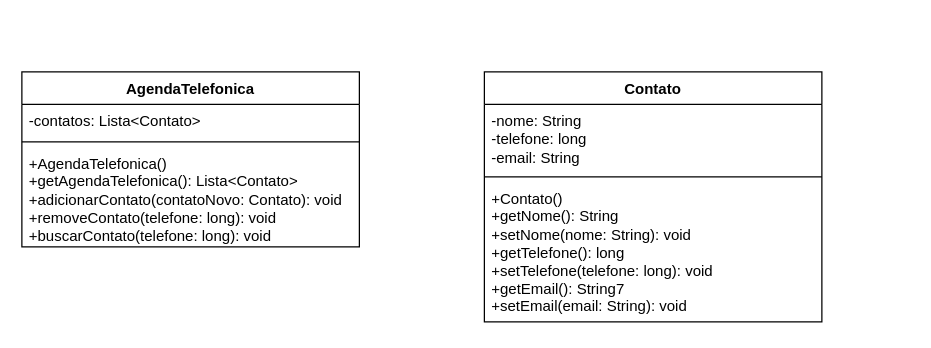
Pedrh/POO keeps this draw.io diagram as Aula2(Relacionamentos)/Exercicio3_AgendaTelefonica/Exercicio3_AgendaTelefonica.drawio. Above is the earlier version. Source tidied: cells renumbered, new cells numbered last; positions are measured from the earlier drawing's top-left corner, leaving out a move shared by most shapes. Both pictures are drawn from the tidied source at 125%, with x=0, y=0 at pixel (21, 71).
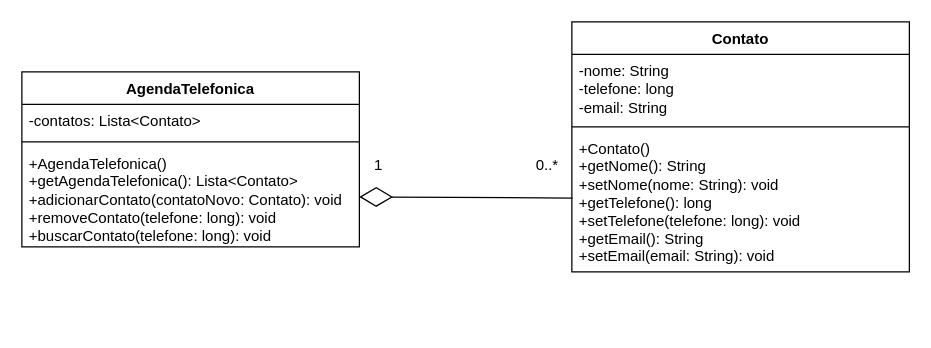
After the change.

Diff of the diagram source:
```diff
@@
 <mxGraphModel>
   <root>
     <mxCell id="0" />
     <mxCell id="1" parent="0" />
     <mxCell id="2" value="AgendaTelefonica" style="swimlane;fontStyle=1;align=center;verticalAlign=top;horizontal=1;startSize=26;whiteSpace=wrap;html=1;" parent="1" vertex="1">
       <mxGeometry width="270" height="140" as="geometry" />
     </mxCell>
     <mxCell id="3" value="-contatos: Lista&amp;lt;Contato&amp;gt;&lt;div&gt;&lt;br&gt;&lt;/div&gt;" style="text;strokeColor=none;fillColor=none;align=left;verticalAlign=top;spacingLeft=4;spacingRight=4;overflow=hidden;whiteSpace=wrap;html=1;" parent="2" vertex="1">
       <mxGeometry y="26" width="270" height="26" as="geometry" />
     </mxCell>
     <mxCell id="4" style="line;strokeWidth=1;fillColor=none;align=left;verticalAlign=middle;spacingTop=-1;spacingLeft=3;spacingRight=3;labelPosition=right;strokeColor=inherit;" parent="2" vertex="1">
       <mxGeometry y="52" width="270" height="8" as="geometry" />
     </mxCell>
     <mxCell id="5" value="+AgendaTelefonica()&lt;div&gt;+getAgendaTelefonica(): Lista&amp;lt;Contato&amp;gt;&lt;/div&gt;&lt;div&gt;+adicionarContato(contatoNovo: Contato): void&lt;/div&gt;&lt;div&gt;+removeContato(telefone: long): void&lt;/div&gt;&lt;div&gt;+buscarContato(telefone: long): void&lt;/div&gt;" style="text;strokeColor=none;fillColor=none;align=left;verticalAlign=top;spacingLeft=4;spacingRight=4;overflow=hidden;points=[[0,0.5],[1,0.5]];portConstraint=eastwest;whiteSpace=wrap;html=1;" parent="2" vertex="1">
       <mxGeometry y="60" width="270" height="80" as="geometry" />
     </mxCell>
     <mxCell id="6" value="Contato" style="swimlane;fontStyle=1;align=center;verticalAlign=top;horizontal=1;startSize=26;whiteSpace=wrap;html=1;" parent="1" vertex="1">
-      <mxGeometry x="370" width="270" height="200" as="geometry" />
+      <mxGeometry x="440" y="-40" width="270" height="200" as="geometry" />
     </mxCell>
     <mxCell id="7" value="&lt;div&gt;-nome: String&lt;/div&gt;&lt;div&gt;-telefone: long&lt;/div&gt;&lt;div&gt;-email: String&lt;/div&gt;" style="text;strokeColor=none;fillColor=none;align=left;verticalAlign=top;spacingLeft=4;spacingRight=4;overflow=hidden;whiteSpace=wrap;html=1;" parent="6" vertex="1">
       <mxGeometry y="26" width="270" height="54" as="geometry" />
     </mxCell>
     <mxCell id="8" style="line;strokeWidth=1;fillColor=none;align=left;verticalAlign=middle;spacingTop=-1;spacingLeft=3;spacingRight=3;labelPosition=right;strokeColor=inherit;" parent="6" vertex="1">
       <mxGeometry y="80" width="270" height="8" as="geometry" />
     </mxCell>
-    <mxCell id="9" value="+Contato()&lt;div&gt;+getNome(): String&lt;/div&gt;&lt;div&gt;+setNome(nome: String): void&lt;/div&gt;&lt;div&gt;+getTelefone(): long&lt;/div&gt;&lt;div&gt;+setTelefone(telefone: long): void&lt;/div&gt;&lt;div&gt;+getEmail(): String7&lt;/div&gt;&lt;div&gt;+setEmail(email: String): void&lt;/div&gt;" style="text;strokeColor=none;fillColor=none;align=left;verticalAlign=top;spacingLeft=4;spacingRight=4;overflow=hidden;points=[[0,0.5],[1,0.5]];portConstraint=eastwest;whiteSpace=wrap;html=1;" parent="6" vertex="1">
+    <mxCell id="9" value="+Contato()&lt;div&gt;+getNome(): String&lt;/div&gt;&lt;div&gt;+setNome(nome: String): void&lt;/div&gt;&lt;div&gt;+getTelefone(): long&lt;/div&gt;&lt;div&gt;+setTelefone(telefone: long): void&lt;/div&gt;&lt;div&gt;+getEmail(): String&lt;/div&gt;&lt;div&gt;+setEmail(email: String): void&lt;/div&gt;" style="text;strokeColor=none;fillColor=none;align=left;verticalAlign=top;spacingLeft=4;spacingRight=4;overflow=hidden;points=[[0,0.5],[1,0.5]];portConstraint=eastwest;whiteSpace=wrap;html=1;" parent="6" vertex="1">
       <mxGeometry y="88" width="270" height="112" as="geometry" />
     </mxCell>
+    <mxCell id="10" style="endArrow=diamondThin;endFill=0;endSize=24;html=1;rounded=0;exitX=0.002;exitY=0.473;exitDx=0;exitDy=0;entryX=1;entryY=0.5;entryDx=0;entryDy=0;exitPerimeter=0;" parent="1" edge="1" source="9" target="5">
+      <mxGeometry relative="1" as="geometry" />
+    </mxCell>
+    <mxCell id="11" value="1" style="text;html=1;align=center;verticalAlign=middle;strokeColor=none;fillColor=none;" parent="1" vertex="1">
+      <mxGeometry x="270" y="60" width="30" height="30" as="geometry" />
+    </mxCell>
+    <mxCell id="12" value="0..*" style="text;html=1;align=center;verticalAlign=middle;strokeColor=none;fillColor=none;" parent="1" vertex="1">
+      <mxGeometry x="400" y="60" width="40" height="30" as="geometry" />
+    </mxCell>
   </root>
 </mxGraphModel>
```
